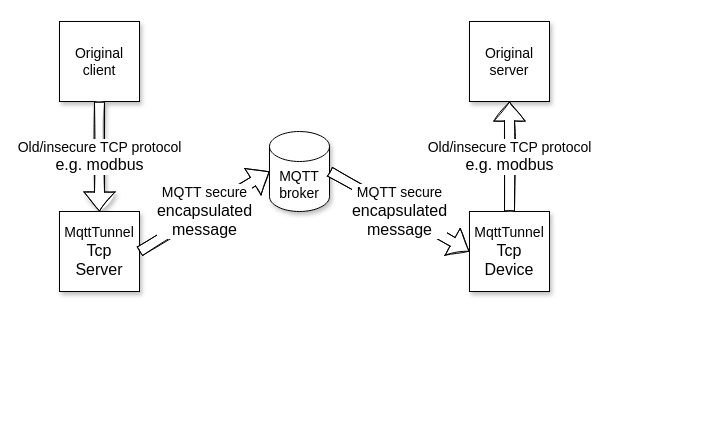
Before: doc/mqttTunnelTcpAfter.drawio in LorenzoRompianesi/mqttTunnelTcp, a draw.io diagram. Source tidied: cells renumbered, new cells numbered last; positions are measured from the earlier drawing's top-left corner, leaving out a move shared by most shapes. Both pictures are drawn from the tidied source at 100%, with x=0, y=0 at pixel (59, 21).
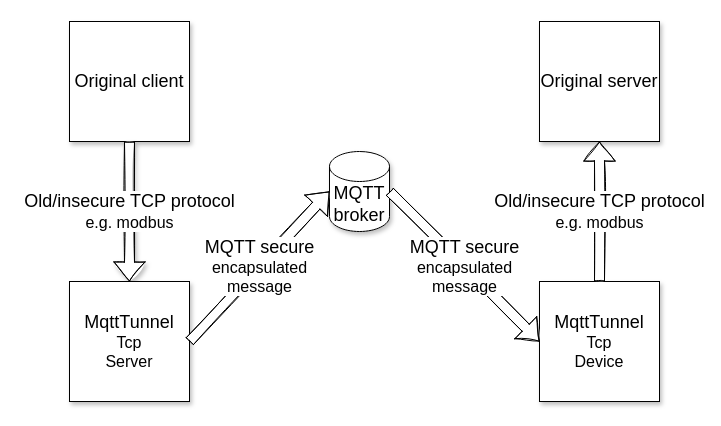
The same page after the edit.

Diff of the diagram source:
```diff
@@
 <mxGraphModel>
   <root>
     <mxCell id="0" />
     <mxCell id="1" parent="0" />
-    <mxCell id="2" value="&lt;div&gt;&lt;font style=&quot;font-size: 14px&quot;&gt;Original client&lt;/font&gt;&lt;/div&gt;" style="whiteSpace=wrap;html=1;shadow=1;" parent="1" vertex="1">
-      <mxGeometry width="80" height="80" as="geometry" />
+    <mxCell id="2" value="&lt;div&gt;&lt;font style=&quot;font-size: 18px&quot;&gt;Original client&lt;/font&gt;&lt;/div&gt;" style="whiteSpace=wrap;html=1;shadow=1;" parent="1" vertex="1">
+      <mxGeometry x="10" width="120" height="120" as="geometry" />
     </mxCell>
-    <mxCell id="3" value="&lt;font style=&quot;font-size: 14px&quot;&gt;Original server&lt;/font&gt;" style="whiteSpace=wrap;html=1;shadow=1;" parent="1" vertex="1">
-      <mxGeometry x="410" width="80" height="80" as="geometry" />
+    <mxCell id="3" value="&lt;font style=&quot;font-size: 18px&quot;&gt;Original server&lt;/font&gt;" style="whiteSpace=wrap;html=1;shadow=1;" parent="1" vertex="1">
+      <mxGeometry x="480" width="120" height="120" as="geometry" />
     </mxCell>
-    <mxCell id="4" value="&lt;div&gt;&lt;font style=&quot;font-size: 14px&quot;&gt;Old/insecure TCP protocol&lt;/font&gt;&lt;/div&gt;&lt;div&gt;&lt;font size=&quot;3&quot;&gt;e.g. modbus&lt;/font&gt;&lt;/div&gt;" style="endArrow=classic;html=1;rounded=0;shape=flexArrow;exitX=0.5;exitY=1;exitDx=0;exitDy=0;shadow=1;sketch=1;fillColor=#FFFFFF;" parent="1" edge="1" source="2" target="6">
+    <mxCell id="4" value="&lt;div&gt;&lt;font style=&quot;font-size: 18px&quot;&gt;Old/insecure TCP protocol&lt;/font&gt;&lt;/div&gt;&lt;div&gt;&lt;font size=&quot;3&quot;&gt;e.g. modbus&lt;/font&gt;&lt;/div&gt;" style="endArrow=classic;html=1;rounded=0;shape=flexArrow;exitX=0.5;exitY=1;exitDx=0;exitDy=0;shadow=1;sketch=1;fillColor=#FFFFFF;" parent="1" edge="1" source="2" target="6">
       <mxGeometry relative="1" as="geometry" />
     </mxCell>
-    <mxCell id="5" value="&lt;font style=&quot;font-size: 14px&quot;&gt;MQTT broker&lt;/font&gt;" style="shape=cylinder3;whiteSpace=wrap;html=1;boundedLbl=1;backgroundOutline=1;size=15;shadow=1;" parent="1" vertex="1">
-      <mxGeometry x="210" y="110" width="60" height="80" as="geometry" />
+    <mxCell id="5" value="&lt;font style=&quot;font-size: 18px&quot;&gt;MQTT broker&lt;/font&gt;" style="shape=cylinder3;whiteSpace=wrap;html=1;boundedLbl=1;backgroundOutline=1;size=15;shadow=1;" parent="1" vertex="1">
+      <mxGeometry x="270" y="130" width="60" height="80" as="geometry" />
     </mxCell>
-    <mxCell id="6" value="&lt;div&gt;&lt;font style=&quot;font-size: 14px&quot;&gt;MqttTunnel&lt;/font&gt;&lt;/div&gt;&lt;div&gt;&lt;font size=&quot;3&quot;&gt;Tcp&lt;/font&gt;&lt;/div&gt;&lt;div&gt;&lt;font size=&quot;3&quot;&gt;Server&lt;/font&gt;&lt;/div&gt;" style="whiteSpace=wrap;html=1;shadow=1;" parent="1" vertex="1">
-      <mxGeometry y="190" width="80" height="80" as="geometry" />
+    <mxCell id="6" value="&lt;div&gt;&lt;font style=&quot;font-size: 18px&quot;&gt;MqttTunnel&lt;/font&gt;&lt;/div&gt;&lt;div&gt;&lt;font size=&quot;3&quot;&gt;Tcp&lt;/font&gt;&lt;/div&gt;&lt;div&gt;&lt;font size=&quot;3&quot;&gt;Server&lt;/font&gt;&lt;/div&gt;" style="whiteSpace=wrap;html=1;shadow=1;" parent="1" vertex="1">
+      <mxGeometry x="10" y="260" width="120" height="120" as="geometry" />
     </mxCell>
-    <mxCell id="7" value="&lt;div&gt;&lt;font style=&quot;font-size: 14px&quot;&gt;MQTT secure&lt;br&gt;&lt;/font&gt;&lt;/div&gt;&lt;div&gt;&lt;font size=&quot;3&quot;&gt;encapsulated&lt;/font&gt;&lt;/div&gt;&lt;div&gt;&lt;font size=&quot;3&quot;&gt;message&lt;/font&gt;&lt;br&gt;&lt;/div&gt;" style="endArrow=classic;html=1;rounded=0;shape=flexArrow;exitX=1;exitY=0.5;exitDx=0;exitDy=0;entryX=0;entryY=0.5;entryDx=0;entryDy=0;entryPerimeter=0;fillColor=#FFFFFF;sketch=1;" parent="1" edge="1" source="6" target="5">
+    <mxCell id="7" value="&lt;div&gt;&lt;font style=&quot;font-size: 18px&quot;&gt;MQTT secure&lt;br&gt;&lt;/font&gt;&lt;/div&gt;&lt;div&gt;&lt;font size=&quot;3&quot;&gt;encapsulated&lt;/font&gt;&lt;/div&gt;&lt;div&gt;&lt;font size=&quot;3&quot;&gt;message&lt;/font&gt;&lt;br&gt;&lt;/div&gt;" style="endArrow=classic;html=1;rounded=0;shape=flexArrow;exitX=1;exitY=0.5;exitDx=0;exitDy=0;entryX=0;entryY=0.5;entryDx=0;entryDy=0;entryPerimeter=0;fillColor=#FFFFFF;sketch=1;" parent="1" edge="1" source="6" target="5">
       <mxGeometry relative="1" as="geometry" />
     </mxCell>
-    <mxCell id="8" value="&lt;div&gt;&lt;font style=&quot;font-size: 14px&quot;&gt;MqttTunnel&lt;/font&gt;&lt;/div&gt;&lt;div&gt;&lt;font size=&quot;3&quot;&gt;Tcp&lt;/font&gt;&lt;/div&gt;&lt;div&gt;&lt;font size=&quot;3&quot;&gt;Device&lt;/font&gt;&lt;br&gt;&lt;/div&gt;" style="whiteSpace=wrap;html=1;shadow=1;" parent="1" vertex="1">
-      <mxGeometry x="410" y="190" width="80" height="80" as="geometry" />
+    <mxCell id="8" value="&lt;div&gt;&lt;font style=&quot;font-size: 18px&quot;&gt;MqttTunnel&lt;/font&gt;&lt;/div&gt;&lt;div&gt;&lt;font size=&quot;3&quot;&gt;Tcp&lt;/font&gt;&lt;/div&gt;&lt;div&gt;&lt;font size=&quot;3&quot;&gt;Device&lt;/font&gt;&lt;br&gt;&lt;/div&gt;" style="whiteSpace=wrap;html=1;shadow=1;" parent="1" vertex="1">
+      <mxGeometry x="480" y="260" width="120" height="120" as="geometry" />
     </mxCell>
-    <mxCell id="9" value="&lt;div&gt;&lt;font style=&quot;font-size: 14px&quot;&gt;MQTT secure&lt;br&gt;&lt;/font&gt;&lt;/div&gt;&lt;div&gt;&lt;font size=&quot;3&quot;&gt;encapsulated&lt;/font&gt;&lt;/div&gt;&lt;div&gt;&lt;font size=&quot;3&quot;&gt;message&lt;/font&gt;&lt;br&gt;&lt;/div&gt;" style="endArrow=classic;html=1;rounded=0;shape=flexArrow;exitX=1;exitY=0.5;exitDx=0;exitDy=0;entryX=0;entryY=0.5;entryDx=0;entryDy=0;exitPerimeter=0;fillColor=#FFFFFF;sketch=1;" parent="1" edge="1" source="5" target="8">
+    <mxCell id="9" value="&lt;div&gt;&lt;font style=&quot;font-size: 18px&quot;&gt;MQTT secure&lt;br&gt;&lt;/font&gt;&lt;/div&gt;&lt;div&gt;&lt;font size=&quot;3&quot;&gt;encapsulated&lt;/font&gt;&lt;/div&gt;&lt;div&gt;&lt;font size=&quot;3&quot;&gt;message&lt;/font&gt;&lt;br&gt;&lt;/div&gt;" style="endArrow=classic;html=1;rounded=0;shape=flexArrow;exitX=1;exitY=0.5;exitDx=0;exitDy=0;entryX=0;entryY=0.5;entryDx=0;entryDy=0;exitPerimeter=0;fillColor=#FFFFFF;sketch=1;" parent="1" edge="1" source="5" target="8">
       <mxGeometry relative="1" as="geometry" />
     </mxCell>
-    <mxCell id="10" value="&lt;div&gt;&lt;font style=&quot;font-size: 14px&quot;&gt;Old/insecure TCP protocol&lt;/font&gt;&lt;/div&gt;&lt;div&gt;&lt;font size=&quot;3&quot;&gt;e.g. modbus&lt;/font&gt;&lt;/div&gt;" style="endArrow=classic;html=1;rounded=0;shape=flexArrow;exitX=0.5;exitY=0;exitDx=0;exitDy=0;entryX=0.5;entryY=1;entryDx=0;entryDy=0;fillColor=#FFFFFF;sketch=1;" parent="1" edge="1" source="8" target="3">
+    <mxCell id="10" value="&lt;div&gt;&lt;font style=&quot;font-size: 18px&quot;&gt;Old/insecure TCP protocol&lt;/font&gt;&lt;/div&gt;&lt;div&gt;&lt;font size=&quot;3&quot;&gt;e.g. modbus&lt;/font&gt;&lt;/div&gt;" style="endArrow=classic;html=1;rounded=0;shape=flexArrow;exitX=0.5;exitY=0;exitDx=0;exitDy=0;entryX=0.5;entryY=1;entryDx=0;entryDy=0;fillColor=#FFFFFF;sketch=1;" parent="1" edge="1" source="8" target="3">
       <mxGeometry relative="1" as="geometry" />
     </mxCell>
   </root>
 </mxGraphModel>
```
